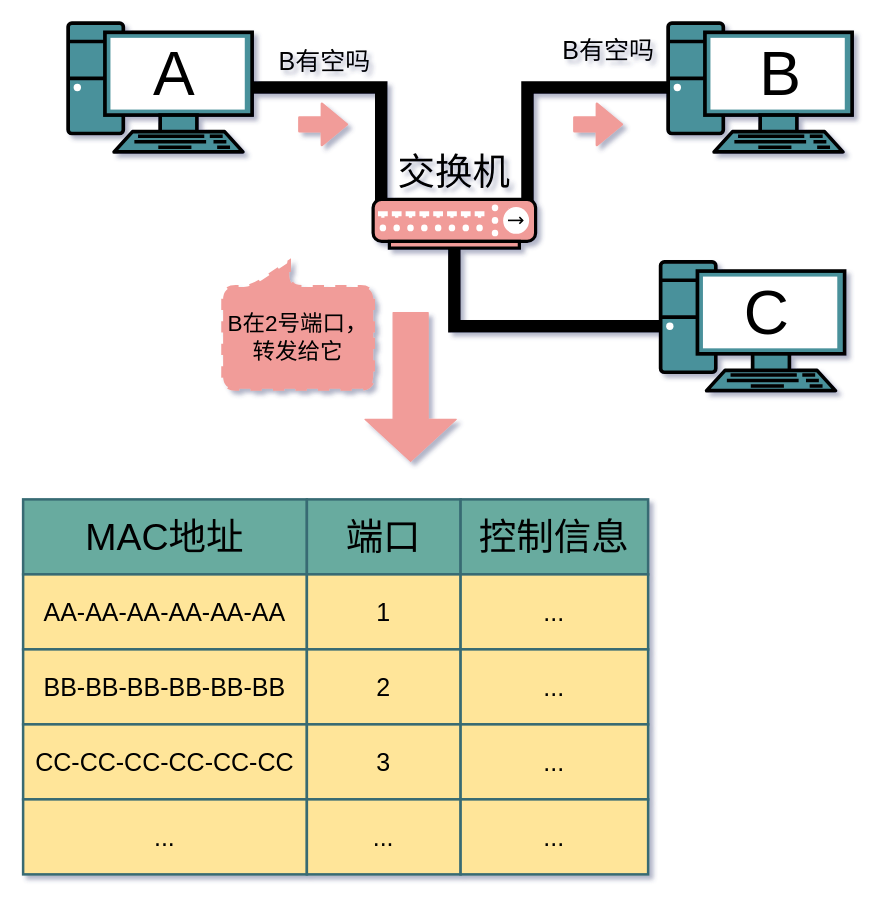
Earlier version of the draw.io diagram network/交换机互联时转发消息.drawio (xiaobaiTech/image). Source tidied: cells renumbered, new cells numbered last; positions are measured from the earlier drawing's top-left corner, leaving out a move shared by most shapes. Both pictures are drawn from the tidied source at 125%, with x=0, y=0 at pixel (22, 22).
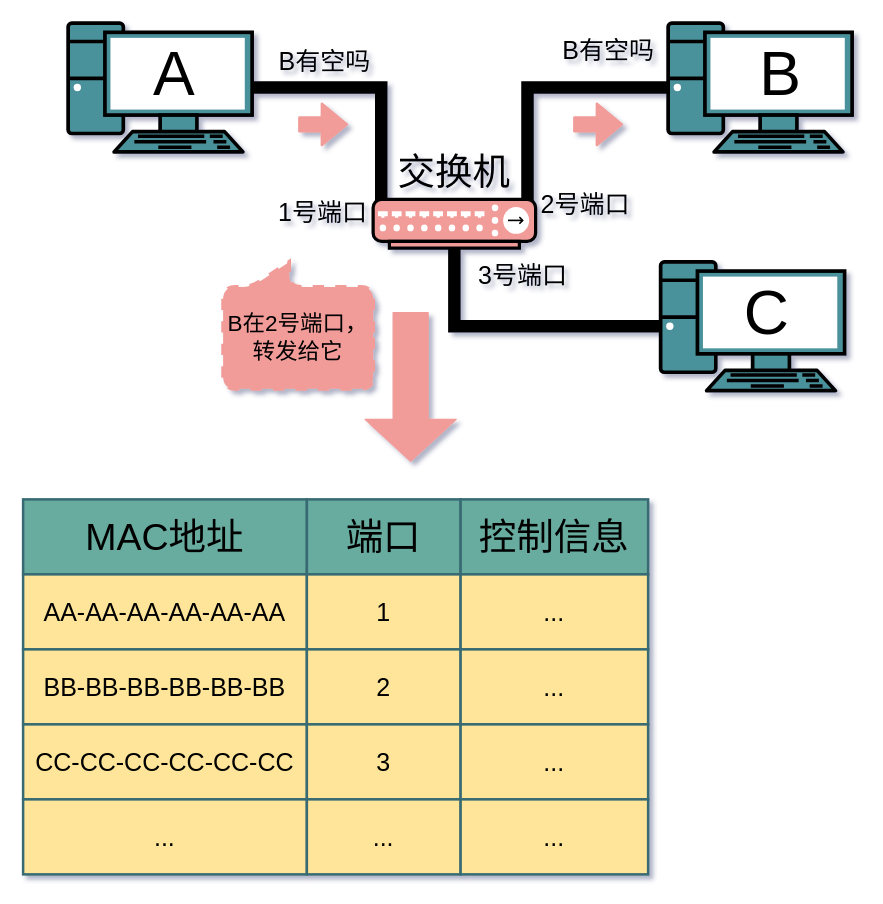
After the change.

Commit message:
Update 交换机互联时转发消息.drawio

Change to the diagram source:
```diff
@@
+    <mxCell id="34" value="1号端口" style="text;html=1;strokeColor=none;fillColor=none;align=center;verticalAlign=middle;whiteSpace=wrap;rounded=0;fontSize=20;" parent="1" vertex="1">
+      <mxGeometry x="200" y="141" width="80" height="20" as="geometry" />
+    </mxCell>
+    <mxCell id="35" value="2号端口" style="text;html=1;strokeColor=none;fillColor=none;align=center;verticalAlign=middle;whiteSpace=wrap;rounded=0;fontSize=20;" parent="1" vertex="1">
+      <mxGeometry x="410" y="134" width="80" height="20" as="geometry" />
+    </mxCell>
+    <mxCell id="36" value="3号端口" style="text;html=1;strokeColor=none;fillColor=none;align=center;verticalAlign=middle;whiteSpace=wrap;rounded=0;fontSize=20;" parent="1" vertex="1">
+      <mxGeometry x="360" y="191" width="80" height="20" as="geometry" />
+    </mxCell>
```
